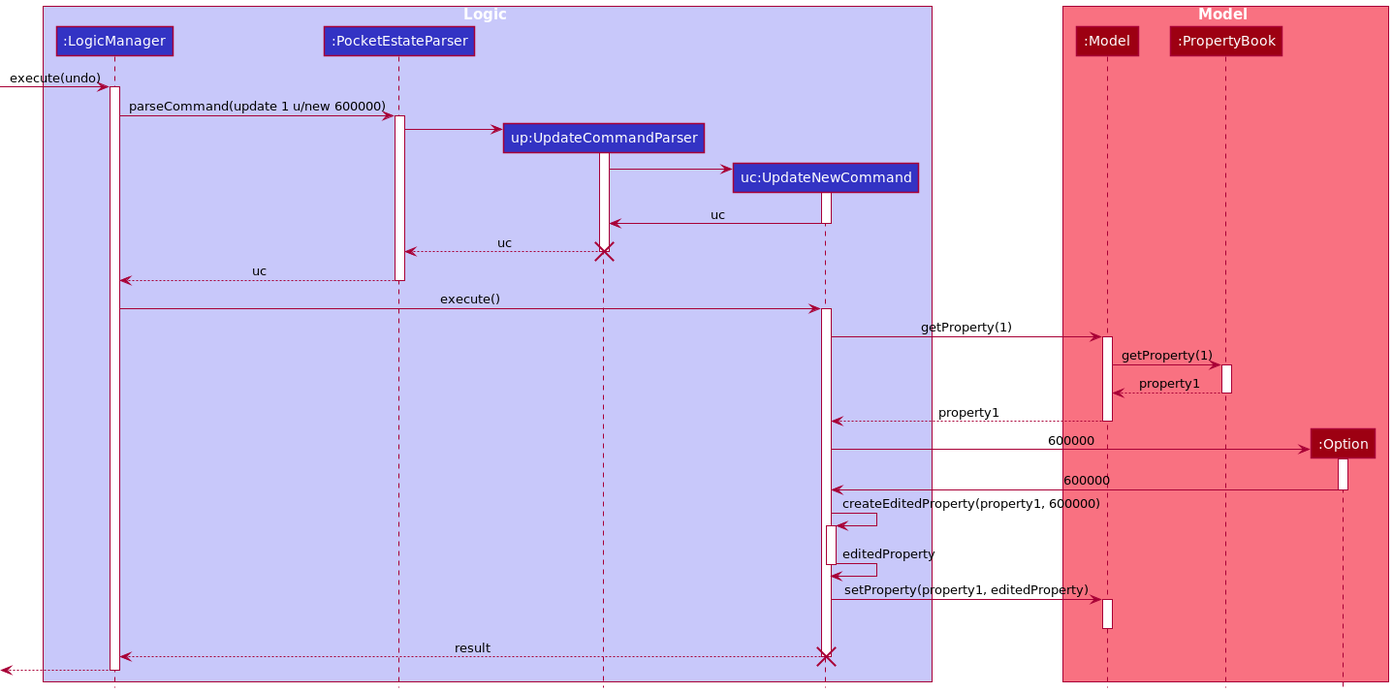
This is docs/images/UpdateNewSequenceDiagram.png from nus-cs2103-AY2021S2/tp, a PlantUML export, as it was before one commit.
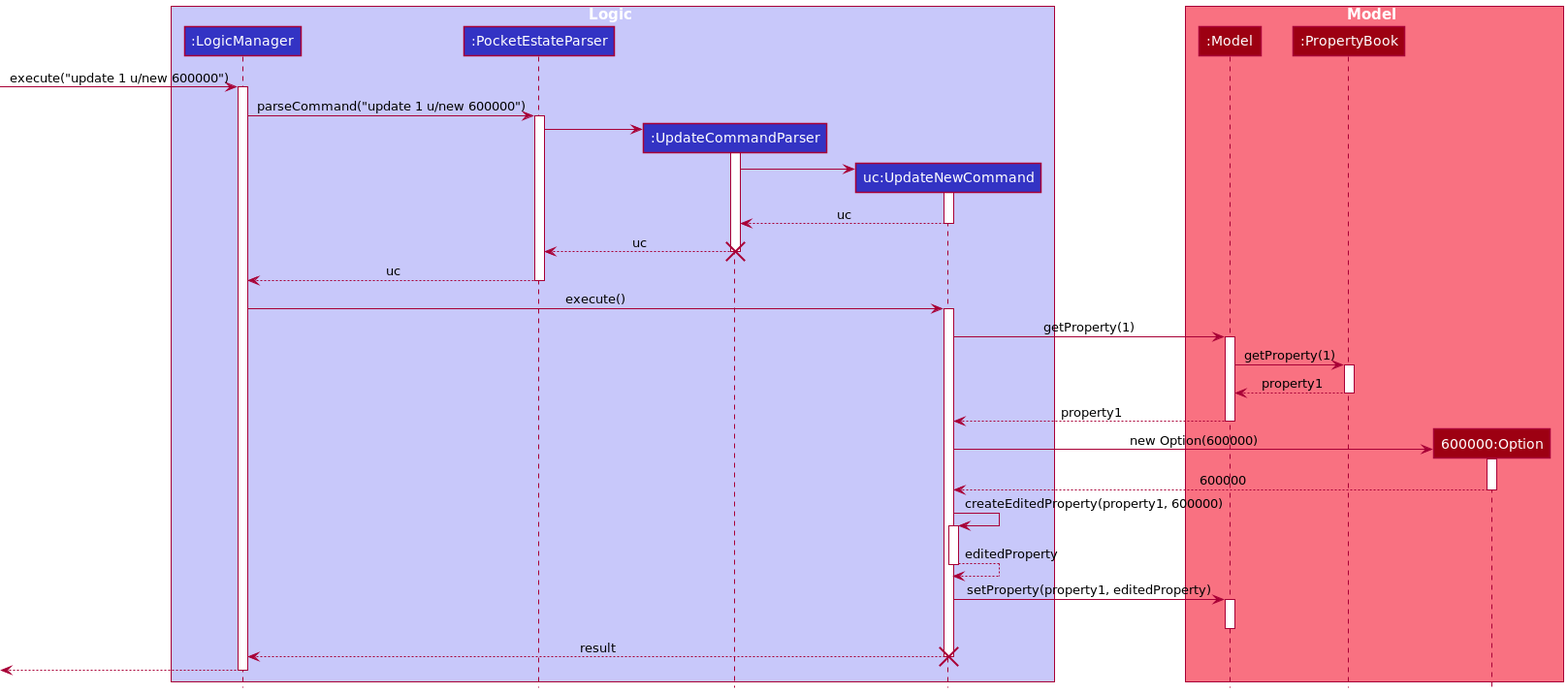
The same file after the commit.

Commit message:
Fix update sequence diagram #1

The edit, as a diff of the source:
```diff
@@ -4,19 +4,19 @@
 box Logic LOGIC_COLOR_T1
 participant ":LogicManager" as LogicManager LOGIC_COLOR
 participant ":PocketEstateParser" as PocketEstateParser LOGIC_COLOR
-participant "up:UpdateCommandParser" as UpdateCommandParser LOGIC_COLOR
+participant ":UpdateCommandParser" as UpdateCommandParser LOGIC_COLOR
 participant "uc:UpdateNewCommand" as UpdateNewCommand LOGIC_COLOR
 end box
 
 box Model MODEL_COLOR_T1
 participant ":Model" as Model MODEL_COLOR
 participant ":PropertyBook" as PropertyBook MODEL_COLOR
-participant ":Option" as Option MODEL_COLOR
+participant "600000:Option" as Option MODEL_COLOR
 end box
-[-> LogicManager : execute(undo)
+[-> LogicManager : execute("update 1 u/new 600000")
 activate LogicManager
 
-LogicManager -> PocketEstateParser : parseCommand(update 1 u/new 600000)
+LogicManager -> PocketEstateParser : parseCommand("update 1 u/new 600000")
 activate PocketEstateParser
 
 create UpdateCommandParser
@@ -27,7 +27,7 @@
 UpdateCommandParser -> UpdateNewCommand
 activate UpdateNewCommand
 
-UpdateNewCommand -> UpdateCommandParser : uc
+UpdateNewCommand --> UpdateCommandParser : uc
 deactivate UpdateNewCommand
 
 UpdateCommandParser --> PocketEstateParser : uc
@@ -53,16 +53,16 @@
 deactivate Model
 
 create Option
-UpdateNewCommand -> Option : 600000
+UpdateNewCommand -> Option : new Option(600000)
 activate Option
 
-Option -> UpdateNewCommand : 600000
+Option --> UpdateNewCommand : 600000
 deactivate Option
 
 UpdateNewCommand -> UpdateNewCommand : createEditedProperty(property1, 600000)
 activate UpdateNewCommand
 
-UpdateNewCommand -> UpdateNewCommand : editedProperty
+UpdateNewCommand --> UpdateNewCommand : editedProperty
 deactivate UpdateNewCommand
 
 UpdateNewCommand -> Model : setProperty(property1, editedProperty)
```
